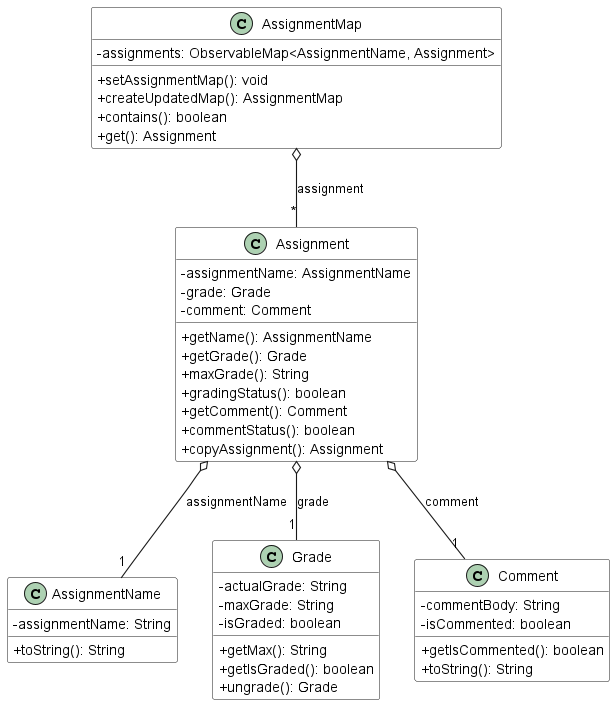
Above: docs/images/AssignmentClass.png in raydenlim/tp (PlantUML), before the change. The source it was exported from:
```plantuml
@startuml
skinparam arrowThickness 1.1
skinparam classBackgroundColor LOGIC_COLOR
skinparam classAttributeIconSize 0

class AssignmentMap {
-assignments: ObservableMap<AssignmentName, Assignment>
+setAssignmentMap(): void
+createUpdatedMap(): AssignmentMap
+contains(): boolean
+get(): Assignment
}

class Assignment {
-assignmentName: AssignmentName
-grade: Grade
-comment: Comment
+getName(): AssignmentName
+getGrade(): Grade
+maxGrade(): String
+gradingStatus(): boolean
+getComment(): Comment
+commentStatus(): boolean
+copyAssignment(): Assignment
}

class AssignmentName {
-assignmentName: String
+toString(): String
}

class Grade {
-actualGrade: String
-maxGrade: String
-isGraded: boolean
+getMax(): String
+getIsGraded(): boolean
+ungrade(): Grade
}

class Comment {
-commentBody: String
-isCommented: boolean
+getIsCommented(): boolean
+toString(): String
}

AssignmentMap o-- "*" Assignment: assignment
Assignment o-- "1" AssignmentName: assignmentName
Assignment o-- "1" Grade: grade
Assignment o-- "1" Comment: comment
@enduml
```
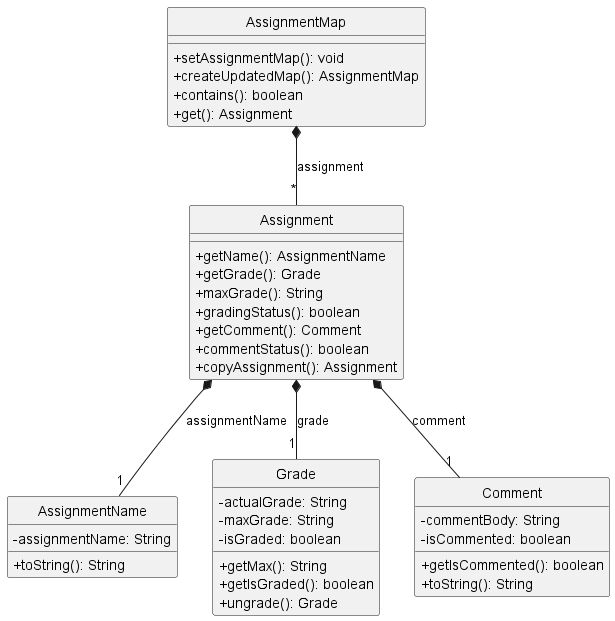
Above is the later version.

Change to the diagram source:
```diff
@@ -1,10 +1,8 @@
 @startuml
-skinparam arrowThickness 1.1
-skinparam classBackgroundColor LOGIC_COLOR
+hide circle
 skinparam classAttributeIconSize 0
 
 class AssignmentMap {
--assignments: ObservableMap<AssignmentName, Assignment>
 +setAssignmentMap(): void
 +createUpdatedMap(): AssignmentMap
 +contains(): boolean
@@ -12,9 +10,6 @@
 }
 
 class Assignment {
--assignmentName: AssignmentName
--grade: Grade
--comment: Comment
 +getName(): AssignmentName
 +getGrade(): Grade
 +maxGrade(): String
@@ -45,8 +40,8 @@
 +toString(): String
 }
 
-AssignmentMap o-- "*" Assignment: assignment
-Assignment o-- "1" AssignmentName: assignmentName
-Assignment o-- "1" Grade: grade
-Assignment o-- "1" Comment: comment
+AssignmentMap *-- "*" Assignment: assignment
+Assignment *-- "1" AssignmentName: assignmentName
+Assignment *-- "1" Grade: grade
+Assignment *-- "1" Comment: comment
 @enduml
```
